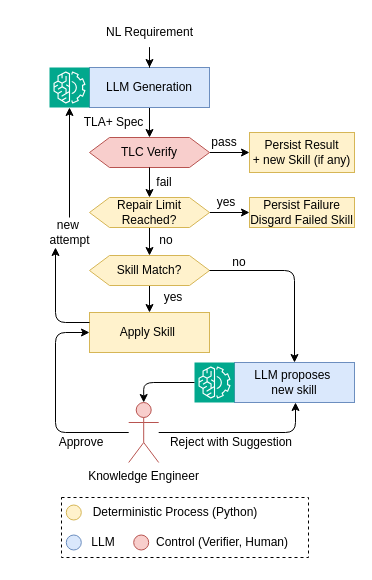
This is images/AgenticControlLoop.drawio from Prof-it/formal-verification, a draw.io file, before an edit. Source tidied: cells renumbered, new cells numbered last; positions are measured from the earlier drawing's top-left corner, leaving out a move shared by most shapes. Both pictures are drawn from the tidied source at 100%, with x=0, y=0 at pixel (17, 17).
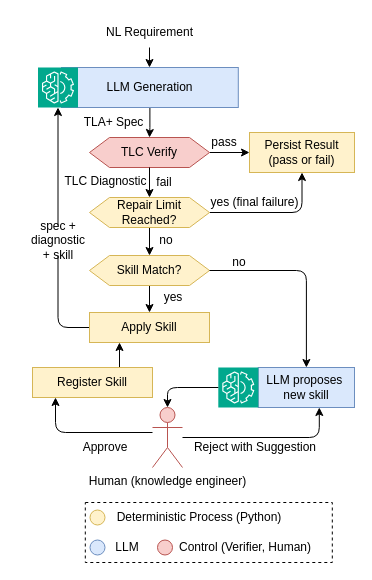
The same diagram, later.

The change refers to these unchanged cells:
```xml
<mxCell id="28" value="Repair Limit Reached?" style="shape=hexagon;perimeter=hexagonPerimeter2;whiteSpace=wrap;html=1;shapeInside=1;fixedSize=1;fillColor=#fff2cc;strokeColor=#d6b656;" parent="1" vertex="1">
  <mxGeometry x="72" y="180" width="120" height="30" as="geometry" />
</mxCell>
```

What changed in the source:
```diff
@@
     <mxCell id="2" style="rounded=0;whiteSpace=wrap;html=1;dashed=1;" parent="1" vertex="1">
-      <mxGeometry x="44" y="480" width="247" height="60" as="geometry" />
+      <mxGeometry x="67.8" y="485" width="247" height="60" as="geometry" />
     </mxCell>
@@
     <mxCell id="4" value="&lt;font&gt;LLM Generation&lt;/font&gt;" style="rounded=0;whiteSpace=wrap;html=1;fillColor=#dae8fc;strokeColor=#6c8ebf;" parent="1" vertex="1">
-      <mxGeometry x="72" y="50" width="120" height="40" as="geometry" />
+      <mxGeometry x="44" y="50" width="176.8" height="40" as="geometry" />
     </mxCell>
-    <mxCell id="5" style="edgeStyle=orthogonalEdgeStyle;rounded=1;jettySize=auto;html=1;curved=0;exitX=1;exitY=0.5;exitDx=0;exitDy=0;" parent="1" edge="1" source="28" target="15">
-      <mxGeometry x="-0.12" relative="1" as="geometry" />
+    <mxCell id="5" style="edgeStyle=orthogonalEdgeStyle;rounded=1;jettySize=auto;html=1;curved=0;exitX=1;exitY=0.5;exitDx=0;exitDy=0;entryX=0.5;entryY=1;entryDx=0;entryDy=0;" parent="1" edge="1" source="28" target="26">
+      <mxGeometry x="-0.73" relative="1" as="geometry" />
     </mxCell>
@@
+    <mxCell id="37" style="edgeStyle=orthogonalEdgeStyle;rounded=1;jettySize=auto;html=1;entryX=0.5;entryY=1;entryDx=0;entryDy=0;curved=0;endArrow=none;endFill=0;" parent="1" edge="1" source="12" target="38">
+      <mxGeometry relative="1" as="geometry" />
+    </mxCell>
-    <mxCell id="12" value="Apply Skill&amp;nbsp;" style="rounded=0;whiteSpace=wrap;html=1;fillColor=#fff2cc;strokeColor=#d6b656;" parent="1" vertex="1">
-      <mxGeometry x="72" y="295" width="120" height="40" as="geometry" />
+    <mxCell id="12" value="&lt;div&gt;Apply Skill&lt;/div&gt;" style="rounded=0;whiteSpace=wrap;html=1;fillColor=#fff2cc;strokeColor=#d6b656;" parent="1" vertex="1">
+      <mxGeometry x="72" y="295" width="120" height="30" as="geometry" />
     </mxCell>
@@
-    <mxCell id="15" value="Persist&amp;nbsp;&lt;span style=&quot;background-color: transparent; color: light-dark(rgb(0, 0, 0), rgb(255, 255, 255));&quot;&gt;Failure&lt;/span&gt;&lt;div&gt;Disgard Failed Skill&lt;/div&gt;" style="rounded=0;whiteSpace=wrap;html=1;fillColor=#fff2cc;strokeColor=#d6b656;" parent="1" vertex="1">
-      <mxGeometry x="232" y="180" width="105" height="30" as="geometry" />
-    </mxCell>
@@
     <mxCell id="17" value="LLM proposes&amp;nbsp;&lt;div&gt;new skill&lt;/div&gt;" style="rounded=0;whiteSpace=wrap;html=1;fillColor=#dae8fc;strokeColor=#6c8ebf;" parent="1" vertex="1">
-      <mxGeometry x="217" y="345" width="120" height="40" as="geometry" />
+      <mxGeometry x="240.8" y="350" width="96.2" height="40" as="geometry" />
     </mxCell>
@@
     <mxCell id="19" style="sketch=0;points=[[0,0,0],[0.25,0,0],[0.5,0,0],[0.75,0,0],[1,0,0],[0,1,0],[0.25,1,0],[0.5,1,0],[0.75,1,0],[1,1,0],[0,0.25,0],[0,0.5,0],[0,0.75,0],[1,0.25,0],[1,0.5,0],[1,0.75,0]];outlineConnect=0;fontColor=#232F3E;fillColor=#01A88D;strokeColor=#ffffff;dashed=0;verticalLabelPosition=bottom;verticalAlign=top;align=center;html=1;fontSize=12;fontStyle=0;shape=mxgraph.aws4.resourceIcon;resIcon=mxgraph.aws4.machine_learning;" parent="1" vertex="1">
-      <mxGeometry x="32" y="50" width="40" height="40" as="geometry" />
+      <mxGeometry x="20.5" y="50" width="40" height="40" as="geometry" />
     </mxCell>
     <mxCell id="20" style="sketch=0;points=[[0,0,0],[0.25,0,0],[0.5,0,0],[0.75,0,0],[1,0,0],[0,1,0],[0.25,1,0],[0.5,1,0],[0.75,1,0],[1,1,0],[0,0.25,0],[0,0.5,0],[0,0.75,0],[1,0.25,0],[1,0.5,0],[1,0.75,0]];outlineConnect=0;fontColor=#232F3E;fillColor=#01A88D;strokeColor=#ffffff;dashed=0;verticalLabelPosition=bottom;verticalAlign=top;align=center;html=1;fontSize=12;fontStyle=0;shape=mxgraph.aws4.resourceIcon;resIcon=mxgraph.aws4.machine_learning;" parent="1" vertex="1">
-      <mxGeometry x="177" y="345" width="40" height="40" as="geometry" />
+      <mxGeometry x="200.8" y="350" width="40" height="40" as="geometry" />
     </mxCell>
     <mxCell id="21" value="Approve" style="text;html=1;whiteSpace=wrap;strokeColor=none;fillColor=none;align=center;verticalAlign=middle;rounded=0;" parent="1" vertex="1">
-      <mxGeometry x="34.2" y="417.5" width="60" height="15" as="geometry" />
+      <mxGeometry x="58" y="422.5" width="60" height="15" as="geometry" />
     </mxCell>
     <mxCell id="22" value="Reject with Suggestion" style="text;html=1;whiteSpace=wrap;strokeColor=none;fillColor=none;align=center;verticalAlign=middle;rounded=0;" parent="1" vertex="1">
-      <mxGeometry x="149" y="410" width="130" height="30" as="geometry" />
+      <mxGeometry x="172.8" y="415" width="130" height="30" as="geometry" />
     </mxCell>
-    <mxCell id="23" value="Knowledge&amp;nbsp;&lt;span style=&quot;background-color: transparent; color: light-dark(rgb(0, 0, 0), rgb(255, 255, 255));&quot;&gt;Engineer&lt;/span&gt;" style="shape=umlActor;verticalLabelPosition=bottom;verticalAlign=top;html=1;outlineConnect=0;fillColor=#f8cecc;strokeColor=#b85450;" parent="1" vertex="1">
-      <mxGeometry x="111.2" y="385" width="30" height="60" as="geometry" />
+    <mxCell id="23" value="Human (knowledge e&lt;span style=&quot;background-color: transparent; color: light-dark(rgb(0, 0, 0), rgb(255, 255, 255));&quot;&gt;ngineer)&lt;/span&gt;" style="shape=umlActor;verticalLabelPosition=bottom;verticalAlign=top;html=1;outlineConnect=0;fillColor=#f8cecc;strokeColor=#b85450;" parent="1" vertex="1">
+      <mxGeometry x="135" y="390" width="30" height="60" as="geometry" />
     </mxCell>
@@
-    <mxCell id="26" value="&lt;span style=&quot;background-color: transparent; color: light-dark(rgb(0, 0, 0), rgb(255, 255, 255));&quot;&gt;Persist Result&lt;/span&gt;&lt;div&gt;&lt;span style=&quot;background-color: transparent; color: light-dark(rgb(0, 0, 0), rgb(255, 255, 255));&quot;&gt;+ new Skill&amp;nbsp;&lt;/span&gt;&lt;span style=&quot;background-color: transparent; color: light-dark(rgb(0, 0, 0), rgb(255, 255, 255));&quot;&gt;(if any)&lt;/span&gt;&lt;/div&gt;" style="rounded=0;whiteSpace=wrap;html=1;fillColor=#fff2cc;strokeColor=#d6b656;" parent="1" vertex="1">
+    <mxCell id="26" value="&lt;span style=&quot;background-color: transparent; color: light-dark(rgb(0, 0, 0), rgb(255, 255, 255));&quot;&gt;Persist Result&lt;/span&gt;&lt;div&gt;&lt;span style=&quot;background-color: transparent; color: light-dark(rgb(0, 0, 0), rgb(255, 255, 255));&quot;&gt;(pass or fail)&lt;/span&gt;&lt;/div&gt;" style="rounded=0;whiteSpace=wrap;html=1;fillColor=#fff2cc;strokeColor=#d6b656;" parent="1" vertex="1">
       <mxGeometry x="232" y="115" width="105" height="40" as="geometry" />
     </mxCell>
@@
-    <mxCell id="30" value="yes" style="text;html=1;whiteSpace=wrap;strokeColor=none;fillColor=none;align=center;verticalAlign=middle;rounded=0;" parent="1" vertex="1">
-      <mxGeometry x="178.5" y="170" width="60" height="30" as="geometry" />
+    <mxCell id="30" value="yes (final failure)" style="text;html=1;whiteSpace=wrap;strokeColor=none;fillColor=none;align=center;verticalAlign=middle;rounded=0;" parent="1" vertex="1">
+      <mxGeometry x="192" y="170" width="91" height="30" as="geometry" />
     </mxCell>
@@
     <mxCell id="34" style="edgeStyle=orthogonalEdgeStyle;rounded=1;jettySize=auto;html=1;curved=0;" parent="1" edge="1" source="23" target="17">
       <mxGeometry relative="1" as="geometry">
         <Array as="points">
-          <mxPoint x="278" y="415" />
+          <mxPoint x="301.8" y="420" />
         </Array>
       </mxGeometry>
     </mxCell>
-    <mxCell id="35" style="edgeStyle=orthogonalEdgeStyle;rounded=1;jettySize=auto;html=1;entryX=0;entryY=0.5;entryDx=0;entryDy=0;curved=0;" parent="1" edge="1" source="23" target="12">
-      <mxGeometry x="-0.15" relative="1" as="geometry">
-        <Array as="points">
-          <mxPoint x="38" y="415" />
-          <mxPoint x="38" y="315" />
-        </Array>
-      </mxGeometry>
-    </mxCell>
-    <mxCell id="36" style="edgeStyle=orthogonalEdgeStyle;rounded=1;jettySize=auto;html=1;curved=0;" parent="1" edge="1" source="38" target="19">
-      <mxGeometry x="-0.98" relative="1" as="geometry" />
-    </mxCell>
-    <mxCell id="37" style="edgeStyle=orthogonalEdgeStyle;rounded=1;jettySize=auto;html=1;curved=0;exitX=0;exitY=0.25;exitDx=0;exitDy=0;" parent="1" edge="1" source="12" target="38">
-      <mxGeometry x="-0.98" relative="1" as="geometry">
-        <Array as="points">
-          <mxPoint x="38" y="305" />
-        </Array>
-      </mxGeometry>
-    </mxCell>
-    <mxCell id="38" value="new&amp;nbsp;&lt;div&gt;attempt&lt;/div&gt;" style="text;html=1;whiteSpace=wrap;strokeColor=none;fillColor=none;align=center;verticalAlign=middle;rounded=0;" parent="1" vertex="1">
-      <mxGeometry x="-0.5" y="200" width="105" height="30" as="geometry" />
+    <mxCell id="38" value="spec +&lt;div&gt;diagnostic&lt;/div&gt;&lt;div&gt;+ skill&lt;/div&gt;" style="text;html=1;whiteSpace=wrap;strokeColor=none;fillColor=none;align=center;verticalAlign=middle;rounded=0;" parent="1" vertex="1">
+      <mxGeometry x="10.5" y="208" width="60" height="30" as="geometry" />
     </mxCell>
     <mxCell id="39" style="ellipse;whiteSpace=wrap;html=1;shapeInside=1;fillColor=#f8cecc;strokeColor=#b85450;" parent="1" vertex="1">
-      <mxGeometry x="116.2" y="517.5" width="15" height="15" as="geometry" />
+      <mxGeometry x="140" y="522.5" width="15" height="15" as="geometry" />
     </mxCell>
     <mxCell id="40" value="Control (Verifier, Human)" style="text;html=1;whiteSpace=wrap;strokeColor=none;fillColor=none;align=center;verticalAlign=middle;rounded=0;" parent="1" vertex="1">
-      <mxGeometry x="132.5" y="510" width="144.2" height="30" as="geometry" />
+      <mxGeometry x="156.2" y="515" width="144.2" height="30" as="geometry" />
     </mxCell>
     <mxCell id="41" style="ellipse;whiteSpace=wrap;html=1;shapeInside=1;fillColor=#fff2cc;strokeColor=#d6b656;" parent="1" vertex="1">
-      <mxGeometry x="48.8" y="487.5" width="15" height="15" as="geometry" />
+      <mxGeometry x="72.5" y="492.5" width="15" height="15" as="geometry" />
     </mxCell>
     <mxCell id="42" value="Deterministic Process (Python)" style="text;html=1;whiteSpace=wrap;strokeColor=none;fillColor=none;align=center;verticalAlign=middle;rounded=0;" parent="1" vertex="1">
-      <mxGeometry x="63.8" y="480" width="188.2" height="30" as="geometry" />
+      <mxGeometry x="87.5" y="485" width="188.2" height="30" as="geometry" />
     </mxCell>
     <mxCell id="43" style="ellipse;whiteSpace=wrap;html=1;shapeInside=1;fillColor=#dae8fc;strokeColor=#6c8ebf;" parent="1" vertex="1">
-      <mxGeometry x="48.8" y="517.5" width="15" height="15" as="geometry" />
+      <mxGeometry x="72.5" y="522.5" width="15" height="15" as="geometry" />
     </mxCell>
     <mxCell id="44" value="LLM" style="text;html=1;whiteSpace=wrap;strokeColor=none;fillColor=none;align=center;verticalAlign=middle;rounded=0;" parent="1" vertex="1">
-      <mxGeometry x="56.2" y="510" width="60" height="30" as="geometry" />
+      <mxGeometry x="80" y="515" width="60" height="30" as="geometry" />
     </mxCell>
+    <mxCell id="45" style="edgeStyle=orthogonalEdgeStyle;rounded=1;jettySize=auto;html=1;curved=0;" parent="1" edge="1" source="23" target="47">
+      <mxGeometry x="-0.2" relative="1" as="geometry">
+        <Array as="points">
+          <mxPoint x="38" y="415" />
+        </Array>
+      </mxGeometry>
+    </mxCell>
+    <mxCell id="46" style="edgeStyle=orthogonalEdgeStyle;rounded=0;jettySize=auto;html=1;entryX=0.25;entryY=1;entryDx=0;entryDy=0;exitX=0.75;exitY=0;exitDx=0;exitDy=0;" parent="1" edge="1" source="47" target="12">
+      <mxGeometry relative="1" as="geometry" />
+    </mxCell>
+    <mxCell id="47" value="Register Skill" style="rounded=0;whiteSpace=wrap;html=1;fillColor=#fff2cc;strokeColor=#d6b656;" parent="1" vertex="1">
+      <mxGeometry x="15" y="350" width="120" height="30" as="geometry" />
+    </mxCell>
+    <mxCell id="48" value="TLC Diagnostic" style="text;html=1;whiteSpace=wrap;strokeColor=none;fillColor=none;align=center;verticalAlign=middle;rounded=0;" parent="1" vertex="1">
+      <mxGeometry x="35.5" y="149" width="105" height="30" as="geometry" />
+    </mxCell>
+    <mxCell id="36" style="edgeStyle=orthogonalEdgeStyle;rounded=0;jettySize=auto;html=1;entryX=0.5;entryY=1;entryDx=0;entryDy=0;entryPerimeter=0;" parent="1" edge="1" source="38" target="19">
+      <mxGeometry relative="1" as="geometry" />
+    </mxCell>
```
